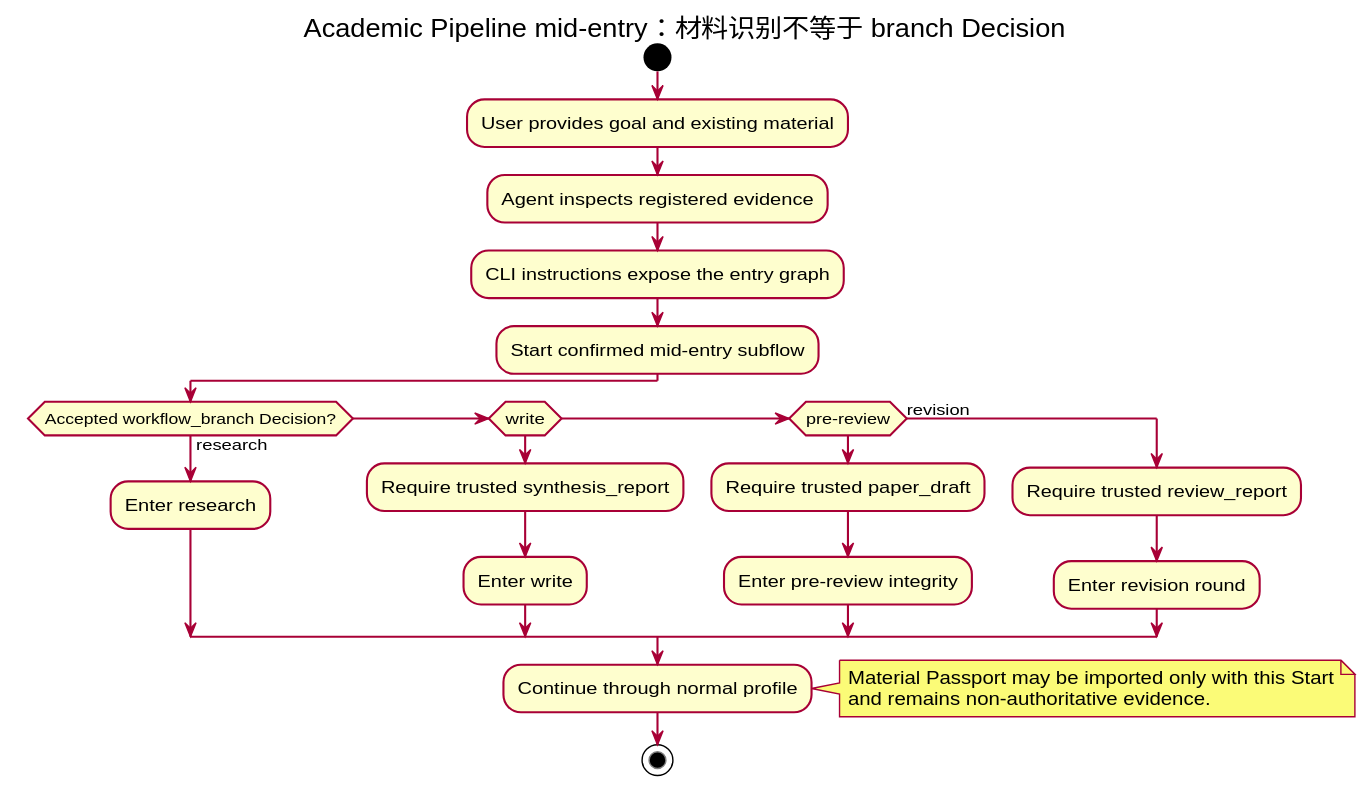
The PlantUML diagram docs/researchspec_arsu_runtime/diagrams/rendered/academic-pipeline-mid-entry.svg in leike0813/ResearchSpec, before a commit.
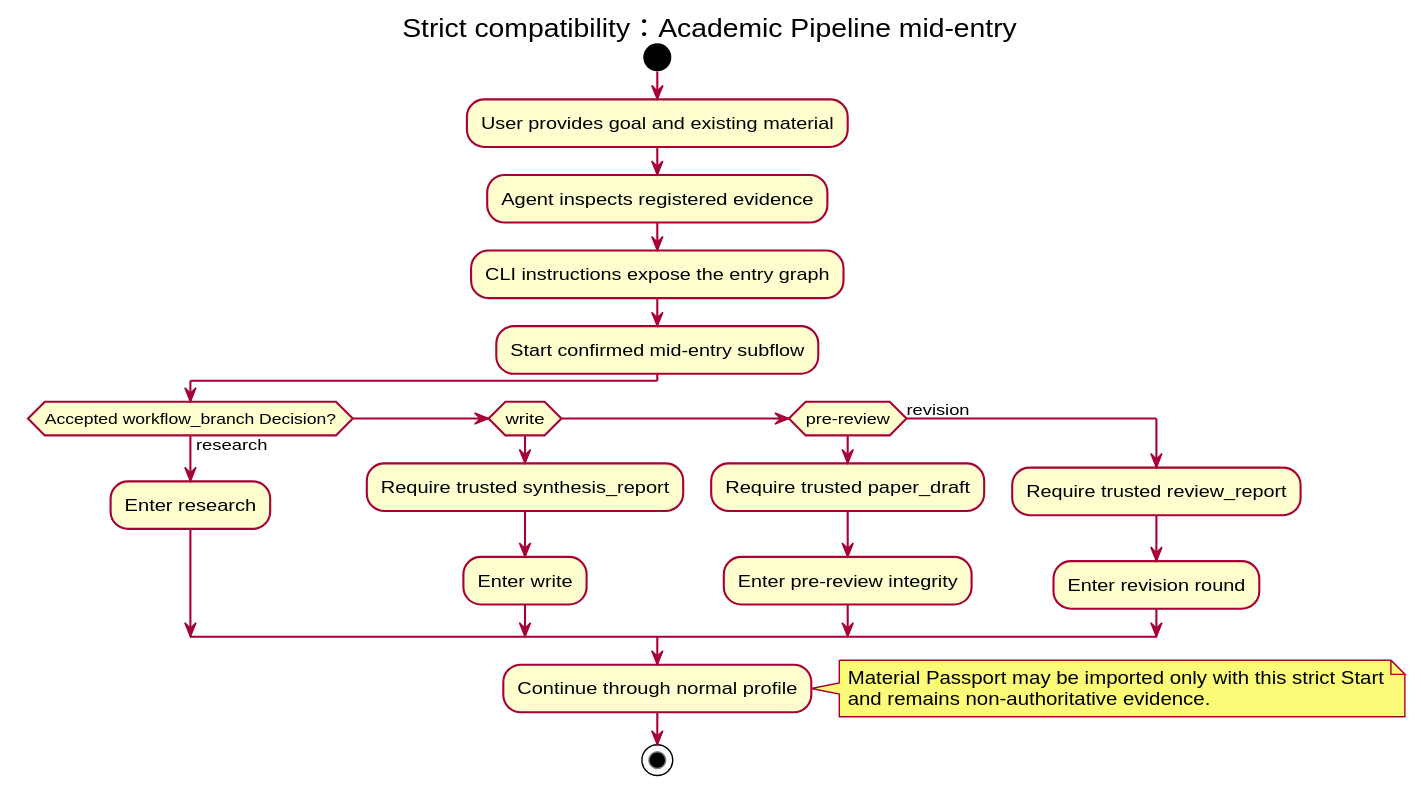
The same file after the commit.

Diff of the diagram source:
```diff
@@ -1,5 +1,5 @@
 @startuml
-title Academic Pipeline mid-entry：材料识别不等于 branch Decision
+title Strict compatibility：Academic Pipeline mid-entry
 skinparam shadowing false
 start
 :User provides goal and existing material;
@@ -20,7 +20,7 @@
 endif
 :Continue through normal profile;
 note right
-  Material Passport may be imported only with this Start
+  Material Passport may be imported only with this strict Start
   and remains non-authoritative evidence.
 end note
 stop
```
